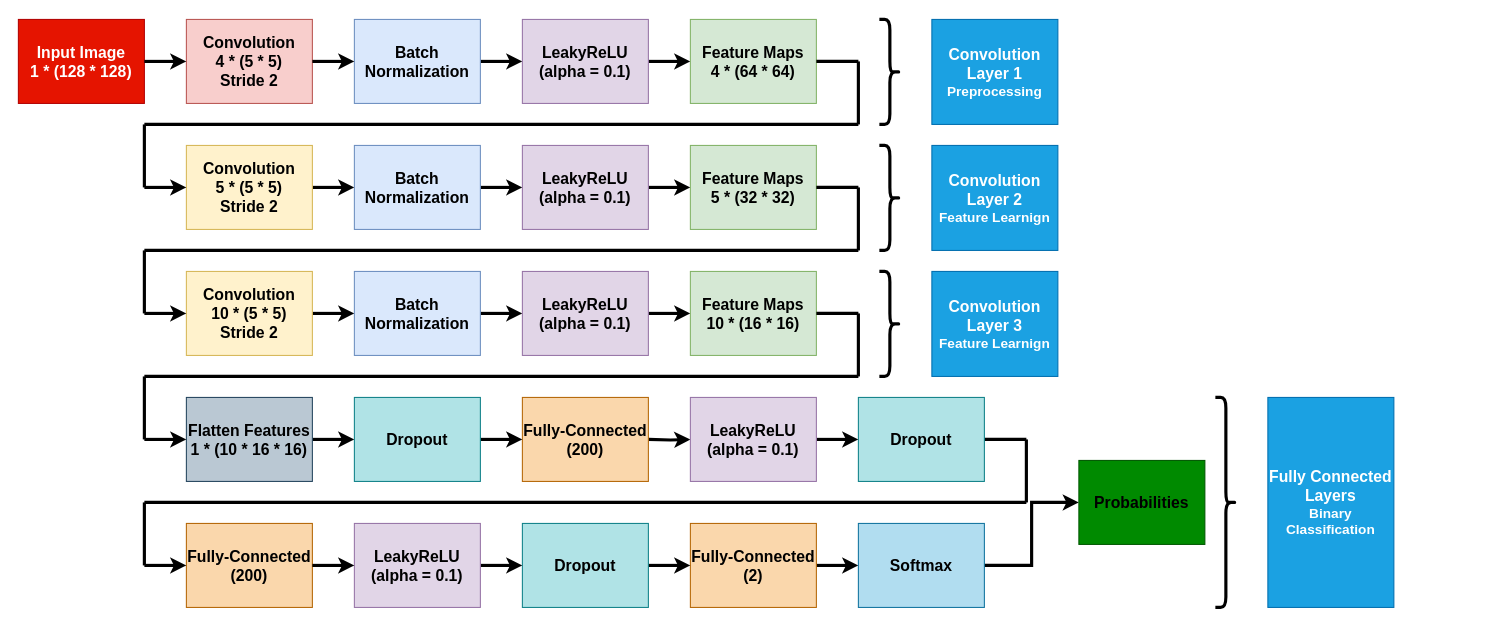
Earlier version of the draw.io diagram page "V1.1.0" (2 of 2) of analysis/Catalyst Kernels/static/model.drawio (EmadHelmi/steganalysis). Source tidied: cells renumbered, new cells numbered last; positions are measured from the earlier drawing's top-left corner, leaving out a move shared by most shapes. Both pictures are drawn from the tidied source at 105%, with x=0, y=0 at pixel (18, 19).
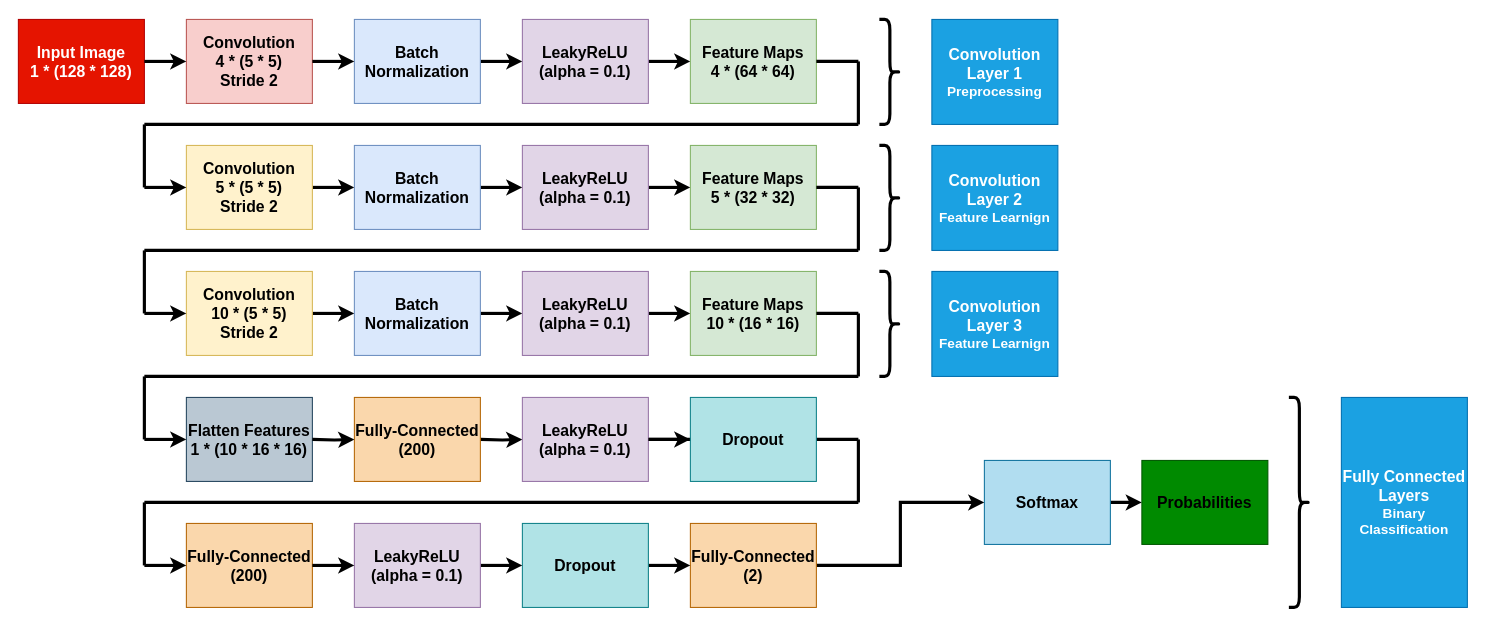
The same diagram, later.

Commit message (it also covers changes not shown here):
Change model V1.1.0, Add google doc link for results

Unchanged cells that the change refers to:
```xml
<mxCell id="24" value="&lt;b style=&quot;font-size: 15px&quot;&gt;Flatten Features&lt;br&gt;1 * (10 * 16 * 16)&lt;/b&gt;" style="rounded=0;whiteSpace=wrap;html=1;fillColor=#bac8d3;strokeColor=#23445d;" parent="1" vertex="1">
  <mxGeometry x="160" y="360" width="120" height="80" as="geometry" />
</mxCell>
```

The edit, as a diff of the source:
```diff
@@
-    <mxCell id="23" style="edgeStyle=orthogonalEdgeStyle;rounded=0;jettySize=auto;html=1;exitX=1;exitY=0.5;exitDx=0;exitDy=0;entryX=0;entryY=0.5;entryDx=0;entryDy=0;strokeWidth=3;" parent="1" edge="1" source="24" target="70">
-      <mxGeometry relative="1" as="geometry" />
-    </mxCell>
@@
     <mxCell id="25" style="edgeStyle=orthogonalEdgeStyle;rounded=0;jettySize=auto;html=1;strokeWidth=3;" parent="1" edge="1" target="28">
       <mxGeometry relative="1" as="geometry">
-        <mxPoint x="600" y="400" as="sourcePoint" />
+        <mxPoint x="440" y="400" as="sourcePoint" />
       </mxGeometry>
     </mxCell>
     <mxCell id="26" value="&lt;b style=&quot;font-size: 15px&quot;&gt;Fully-Connected&lt;br&gt;(200)&lt;/b&gt;" style="rounded=0;whiteSpace=wrap;html=1;fillColor=#fad7ac;strokeColor=#b46504;" parent="1" vertex="1">
-      <mxGeometry x="480" y="360" width="120" height="80" as="geometry" />
+      <mxGeometry x="320" y="360" width="120" height="80" as="geometry" />
     </mxCell>
@@
     <mxCell id="28" value="&lt;b style=&quot;font-size: 15px&quot;&gt;LeakyReLU&lt;br&gt;(alpha = 0.1)&lt;/b&gt;" style="rounded=0;whiteSpace=wrap;html=1;fillColor=#e1d5e7;strokeColor=#9673a6;" parent="1" vertex="1">
-      <mxGeometry x="640" y="360" width="120" height="80" as="geometry" />
+      <mxGeometry x="480" y="360" width="120" height="80" as="geometry" />
     </mxCell>
@@
     <mxCell id="35" value="&lt;span style=&quot;font-size: 15px&quot;&gt;&lt;b&gt;Softmax&lt;/b&gt;&lt;/span&gt;" style="rounded=0;whiteSpace=wrap;html=1;fillColor=#b1ddf0;strokeColor=#10739e;" parent="1" vertex="1">
-      <mxGeometry x="800" y="480" width="120" height="80" as="geometry" />
+      <mxGeometry x="920" y="420" width="120" height="80" as="geometry" />
     </mxCell>
     <mxCell id="36" value="&lt;font color=&quot;#000000&quot;&gt;&lt;span style=&quot;font-size: 15px&quot;&gt;&lt;b&gt;Probabilities&lt;/b&gt;&lt;/span&gt;&lt;/font&gt;" style="rounded=0;whiteSpace=wrap;html=1;fillColor=#008a00;strokeColor=#005700;fontColor=#ffffff;" parent="1" vertex="1">
-      <mxGeometry x="1010" y="420" width="120" height="80" as="geometry" />
+      <mxGeometry x="1070" y="420" width="120" height="80" as="geometry" />
     </mxCell>
@@
-    <mxCell id="55" style="endArrow=none;html=1;strokeWidth=3;" parent="1" edge="1">
+    <mxCell id="55" style="endArrow=none;html=1;strokeWidth=3;exitX=1;exitY=0.5;exitDx=0;exitDy=0;" parent="1" edge="1">
       <mxGeometry relative="1" as="geometry">
-        <mxPoint x="920" y="400" as="sourcePoint" />
-        <mxPoint x="960" y="400" as="targetPoint" />
+        <mxPoint x="600" y="400" as="sourcePoint" />
+        <mxPoint x="800" y="400" as="targetPoint" />
       </mxGeometry>
     </mxCell>
     <mxCell id="56" style="endArrow=none;html=1;strokeWidth=3;" parent="1" edge="1">
       <mxGeometry relative="1" as="geometry">
-        <mxPoint x="960" y="460" as="sourcePoint" />
-        <mxPoint x="960" y="400" as="targetPoint" />
+        <mxPoint x="800" y="460" as="sourcePoint" />
+        <mxPoint x="800" y="400" as="targetPoint" />
       </mxGeometry>
     </mxCell>
     <mxCell id="57" style="endArrow=none;html=1;strokeWidth=3;" parent="1" edge="1">
       <mxGeometry relative="1" as="geometry">
         <mxPoint x="120" y="460" as="sourcePoint" />
-        <mxPoint x="960" y="460" as="targetPoint" />
+        <mxPoint x="800" y="460" as="targetPoint" />
       </mxGeometry>
     </mxCell>
@@
     <mxCell id="64" style="shape=curlyBracket;whiteSpace=wrap;html=1;rounded=1;strokeWidth=3;rotation=-180;" parent="1" vertex="1">
-      <mxGeometry x="1140" y="360" width="20" height="200" as="geometry" />
+      <mxGeometry x="1210" y="360" width="20" height="200" as="geometry" />
     </mxCell>
@@
     <mxCell id="68" value="&lt;b&gt;&lt;span style=&quot;font-size: 15px&quot;&gt;Fully Connected Layers&lt;br&gt;&lt;/span&gt;&lt;font style=&quot;font-size: 13px&quot;&gt;Binary Classification&lt;/font&gt;&lt;/b&gt;" style="rounded=0;whiteSpace=wrap;html=1;fillColor=#1ba1e2;strokeColor=#006EAF;fontColor=#ffffff;" parent="1" vertex="1">
-      <mxGeometry x="1190" y="360" width="120" height="200" as="geometry" />
+      <mxGeometry x="1260" y="360" width="120" height="200" as="geometry" />
     </mxCell>
-    <mxCell id="69" style="edgeStyle=orthogonalEdgeStyle;rounded=0;jettySize=auto;html=1;exitX=1;exitY=0.5;exitDx=0;exitDy=0;entryX=0;entryY=0.5;entryDx=0;entryDy=0;strokeWidth=3;" parent="1" edge="1" source="70" target="26">
-      <mxGeometry relative="1" as="geometry" />
+    <mxCell id="69" style="edgeStyle=orthogonalEdgeStyle;rounded=0;jettySize=auto;html=1;exitX=1;exitY=0.5;exitDx=0;exitDy=0;entryX=0;entryY=0.5;entryDx=0;entryDy=0;strokeWidth=3;" parent="1" edge="1" target="26">
+      <mxGeometry relative="1" as="geometry">
+        <mxPoint x="280" y="400" as="sourcePoint" />
+      </mxGeometry>
     </mxCell>
-    <mxCell id="70" value="&lt;span style=&quot;font-size: 15px&quot;&gt;&lt;b&gt;Dropout&lt;/b&gt;&lt;/span&gt;" style="rounded=0;whiteSpace=wrap;html=1;fillColor=#b0e3e6;strokeColor=#0e8088;" parent="1" vertex="1">
-      <mxGeometry x="320" y="360" width="120" height="80" as="geometry" />
-    </mxCell>
     <mxCell id="71" value="&lt;span style=&quot;font-size: 15px&quot;&gt;&lt;b&gt;Dropout&lt;/b&gt;&lt;/span&gt;" style="rounded=0;whiteSpace=wrap;html=1;fillColor=#b0e3e6;strokeColor=#0e8088;" parent="1" vertex="1">
-      <mxGeometry x="800" y="360" width="120" height="80" as="geometry" />
+      <mxGeometry x="640" y="360" width="120" height="80" as="geometry" />
     </mxCell>
```
